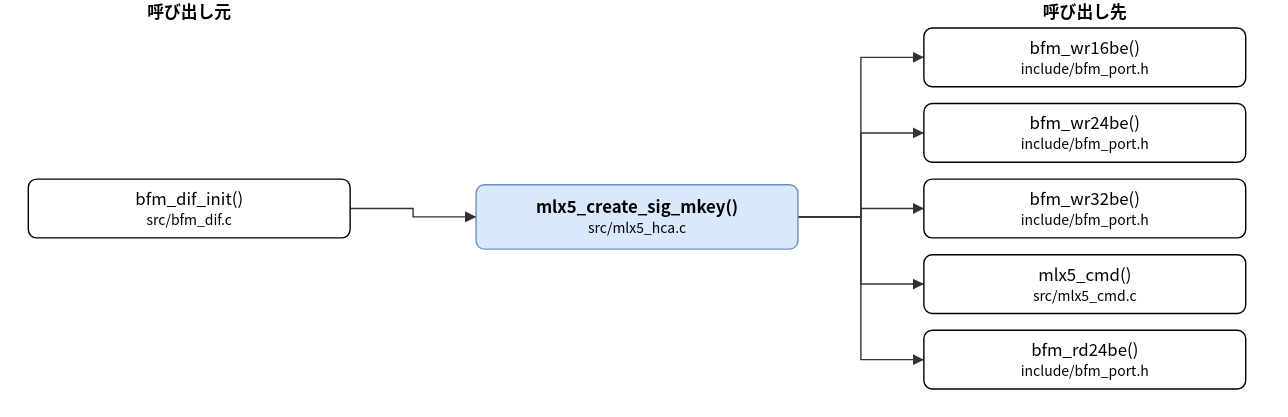
This is doc/spec/images/call_src_mlx5_hca-mlx5_create_sig_mkey.drawio.svg from hf355051012-ai/bfmem, a draw.io export, as it was before one commit. Source tidied: cells renumbered, new cells last; positions are measured from the earlier drawing's top-left corner, leaving out a move shared by most shapes.
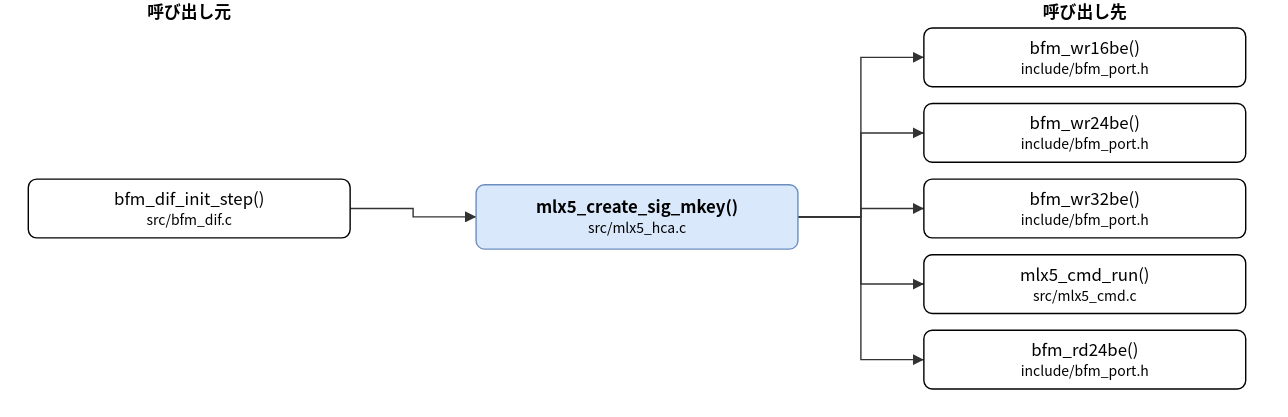
The same file after the commit.

Diff of the diagram source:
```diff
@@ -5,7 +5,7 @@
     <mxCell id="2" value="mlx5_create_sig_mkey()&lt;br&gt;&lt;font style=&quot;font-size:10px&quot;&gt;src/mlx5_hca.c&lt;/font&gt;" style="rounded=1;whiteSpace=wrap;html=1;fillColor=#dae8fc;strokeColor=#6c8ebf;fontStyle=1;" parent="1" vertex="1">
       <mxGeometry x="320" y="132" width="230" height="46" as="geometry" />
     </mxCell>
-    <mxCell id="3" value="bfm_dif_init()&lt;br&gt;&lt;font style=&quot;font-size:10px&quot;&gt;src/bfm_dif.c&lt;/font&gt;" style="rounded=1;whiteSpace=wrap;html=1;" parent="1" vertex="1">
+    <mxCell id="3" value="bfm_dif_init_step()&lt;br&gt;&lt;font style=&quot;font-size:10px&quot;&gt;src/bfm_dif.c&lt;/font&gt;" style="rounded=1;whiteSpace=wrap;html=1;" parent="1" vertex="1">
       <mxGeometry y="128" width="230" height="42" as="geometry" />
     </mxCell>
     <mxCell id="4" value="bfm_wr16be()&lt;br&gt;&lt;font style=&quot;font-size:10px&quot;&gt;include/bfm_port.h&lt;/font&gt;" style="rounded=1;whiteSpace=wrap;html=1;" parent="1" vertex="1">
@@ -17,7 +17,7 @@
     <mxCell id="6" value="bfm_wr32be()&lt;br&gt;&lt;font style=&quot;font-size:10px&quot;&gt;include/bfm_port.h&lt;/font&gt;" style="rounded=1;whiteSpace=wrap;html=1;" parent="1" vertex="1">
       <mxGeometry x="640" y="128" width="230" height="42" as="geometry" />
     </mxCell>
-    <mxCell id="7" value="mlx5_cmd()&lt;br&gt;&lt;font style=&quot;font-size:10px&quot;&gt;src/mlx5_cmd.c&lt;/font&gt;" style="rounded=1;whiteSpace=wrap;html=1;" parent="1" vertex="1">
+    <mxCell id="7" value="mlx5_cmd_run()&lt;br&gt;&lt;font style=&quot;font-size:10px&quot;&gt;src/mlx5_cmd.c&lt;/font&gt;" style="rounded=1;whiteSpace=wrap;html=1;" parent="1" vertex="1">
       <mxGeometry x="640" y="182" width="230" height="42" as="geometry" />
     </mxCell>
     <mxCell id="8" value="bfm_rd24be()&lt;br&gt;&lt;font style=&quot;font-size:10px&quot;&gt;include/bfm_port.h&lt;/font&gt;" style="rounded=1;whiteSpace=wrap;html=1;" parent="1" vertex="1">
```
